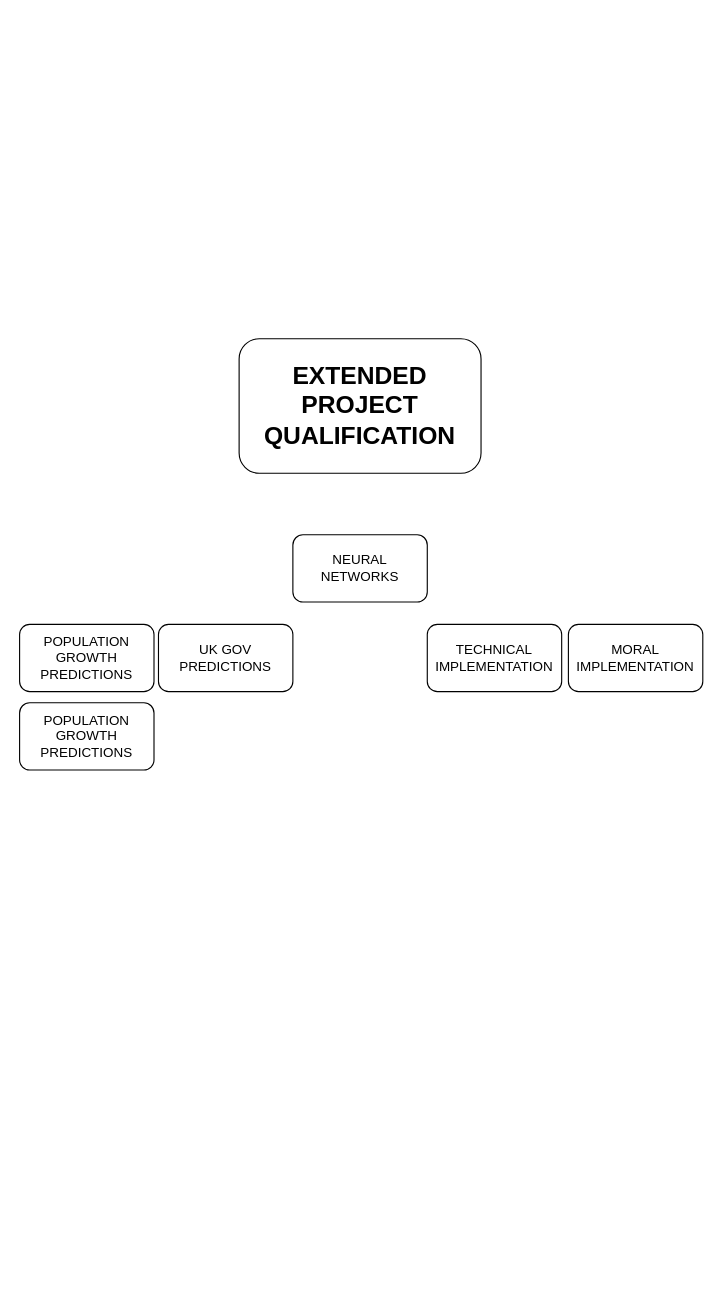
The draw.io diagram Untitled Diagram.drawio in romulushill/EPQ, before the edit. Source tidied: cells renumbered, new cells numbered last; positions are measured from the earlier drawing's top-left corner, leaving out a move shared by most shapes. Both pictures are drawn from the tidied source at 112%, with x=0, y=0 at pixel (19, 338).
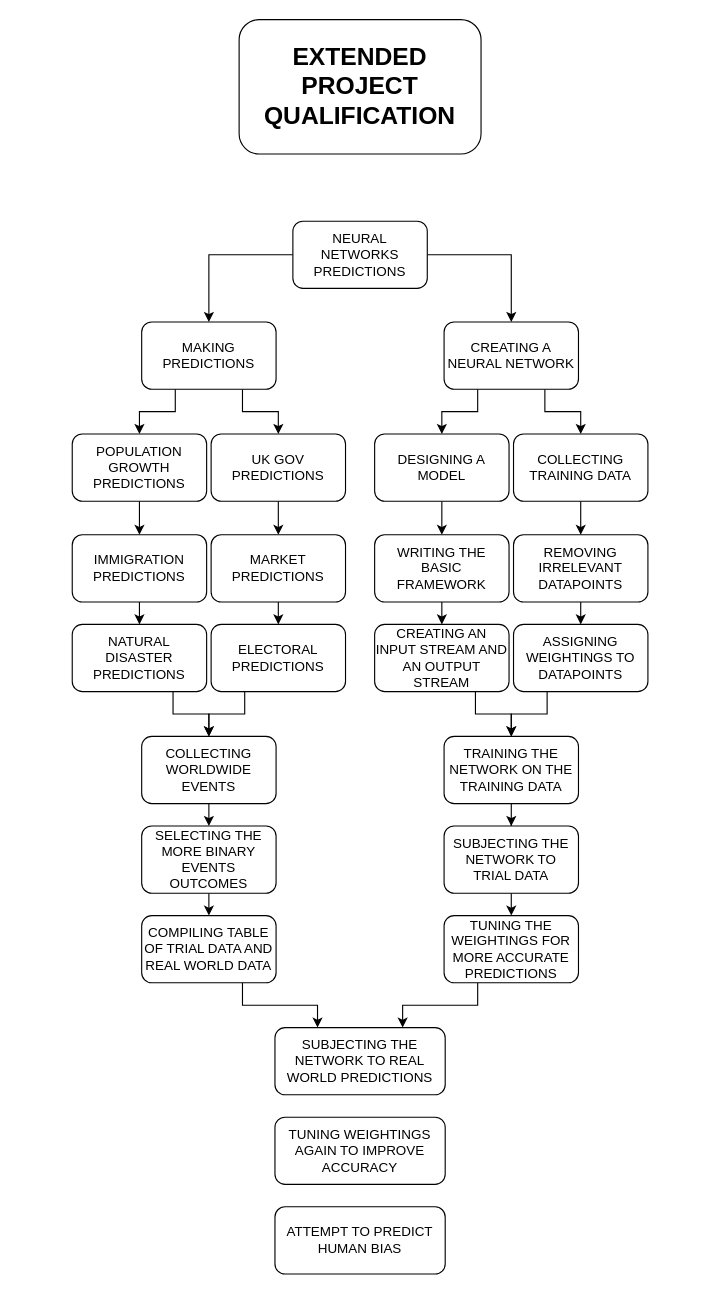
After the change.

Commit message:
Completed Neural Network Diagram

What changed in the source:
```diff
@@
     <mxCell id="2" value="&lt;b&gt;&lt;font style=&quot;font-size: 22px;&quot;&gt;EXTENDED PROJECT QUALIFICATION&lt;/font&gt;&lt;/b&gt;" style="rounded=1;whiteSpace=wrap;html=1;" parent="1" vertex="1">
-      <mxGeometry x="196" width="216" height="120" as="geometry" />
+      <mxGeometry x="196" y="-285" width="216" height="120" as="geometry" />
     </mxCell>
+    <mxCell id="9" style="edgeStyle=orthogonalEdgeStyle;rounded=0;jettySize=auto;html=1;entryX=0.5;entryY=0;entryDx=0;entryDy=0;" parent="1" edge="1" source="3" target="22">
+      <mxGeometry relative="1" as="geometry" />
+    </mxCell>
+    <mxCell id="10" style="edgeStyle=orthogonalEdgeStyle;rounded=0;jettySize=auto;html=1;exitX=0;exitY=0.5;exitDx=0;exitDy=0;entryX=0.5;entryY=0;entryDx=0;entryDy=0;" parent="1" edge="1" source="3" target="37">
+      <mxGeometry relative="1" as="geometry" />
+    </mxCell>
-    <mxCell id="3" value="NEURAL NETWORKS" style="rounded=1;whiteSpace=wrap;html=1;" parent="1" vertex="1">
-      <mxGeometry x="244" y="175" width="120" height="60" as="geometry" />
+    <mxCell id="3" value="NEURAL NETWORKS&lt;br&gt;PREDICTIONS" style="rounded=1;whiteSpace=wrap;html=1;" parent="1" vertex="1">
+      <mxGeometry x="244" y="-105" width="120" height="60" as="geometry" />
     </mxCell>
+    <mxCell id="11" style="edgeStyle=orthogonalEdgeStyle;rounded=0;jettySize=auto;html=1;exitX=0.5;exitY=1;exitDx=0;exitDy=0;entryX=0.5;entryY=0;entryDx=0;entryDy=0;" parent="1" edge="1" source="4" target="15">
+      <mxGeometry relative="1" as="geometry" />
+    </mxCell>
-    <mxCell id="4" value="UK GOV PREDICTIONS" style="rounded=1;whiteSpace=wrap;html=1;" parent="1" vertex="1">
-      <mxGeometry x="124" y="255" width="120" height="60" as="geometry" />
+    <mxCell id="4" value="COLLECTING TRAINING DATA" style="rounded=1;whiteSpace=wrap;html=1;" parent="1" vertex="1">
+      <mxGeometry x="441" y="85" width="120" height="60" as="geometry" />
     </mxCell>
-    <mxCell id="5" value="TECHNICAL IMPLEMENTATION" style="rounded=1;whiteSpace=wrap;html=1;" parent="1" vertex="1">
-      <mxGeometry x="364" y="255" width="120" height="60" as="geometry" />
-    </mxCell>
-    <mxCell id="6" value="MORAL IMPLEMENTATION" style="rounded=1;whiteSpace=wrap;html=1;" parent="1" vertex="1">
-      <mxGeometry x="490" y="255" width="120" height="60" as="geometry" />
-    </mxCell>
+    <mxCell id="12" style="edgeStyle=orthogonalEdgeStyle;rounded=0;jettySize=auto;html=1;exitX=0.5;exitY=1;exitDx=0;exitDy=0;entryX=0.5;entryY=0;entryDx=0;entryDy=0;" parent="1" edge="1" source="7" target="8">
+      <mxGeometry relative="1" as="geometry" />
+    </mxCell>
-    <mxCell id="7" value="POPULATION GROWTH PREDICTIONS" style="rounded=1;whiteSpace=wrap;html=1;" parent="1" vertex="1">
-      <mxGeometry y="255" width="120" height="60" as="geometry" />
+    <mxCell id="7" value="DESIGNING A MODEL" style="rounded=1;whiteSpace=wrap;html=1;" parent="1" vertex="1">
+      <mxGeometry x="317" y="85" width="120" height="60" as="geometry" />
     </mxCell>
+    <mxCell id="13" style="edgeStyle=orthogonalEdgeStyle;rounded=0;jettySize=auto;html=1;exitX=0.5;exitY=1;exitDx=0;exitDy=0;entryX=0.5;entryY=0;entryDx=0;entryDy=0;" parent="1" edge="1" source="8" target="17">
+      <mxGeometry relative="1" as="geometry" />
+    </mxCell>
-    <mxCell id="8" value="POPULATION GROWTH PREDICTIONS" style="rounded=1;whiteSpace=wrap;html=1;" parent="1" vertex="1">
-      <mxGeometry y="325" width="120" height="60" as="geometry" />
+    <mxCell id="8" value="WRITING THE BASIC FRAMEWORK" style="rounded=1;whiteSpace=wrap;html=1;" parent="1" vertex="1">
+      <mxGeometry x="317" y="175" width="120" height="60" as="geometry" />
     </mxCell>
+    <mxCell id="14" style="edgeStyle=orthogonalEdgeStyle;rounded=0;jettySize=auto;html=1;exitX=0.5;exitY=1;exitDx=0;exitDy=0;entryX=0.5;entryY=0;entryDx=0;entryDy=0;" parent="1" edge="1" source="15" target="19">
+      <mxGeometry relative="1" as="geometry" />
+    </mxCell>
+    <mxCell id="15" value="REMOVING IRRELEVANT DATAPOINTS" style="rounded=1;whiteSpace=wrap;html=1;" parent="1" vertex="1">
+      <mxGeometry x="441" y="175" width="120" height="60" as="geometry" />
+    </mxCell>
+    <mxCell id="16" style="edgeStyle=orthogonalEdgeStyle;rounded=0;jettySize=auto;html=1;exitX=0.75;exitY=1;exitDx=0;exitDy=0;entryX=0.5;entryY=0;entryDx=0;entryDy=0;" parent="1" edge="1" source="17" target="39">
+      <mxGeometry relative="1" as="geometry" />
+    </mxCell>
+    <mxCell id="17" value="CREATING AN INPUT STREAM AND AN OUTPUT STREAM" style="rounded=1;whiteSpace=wrap;html=1;" parent="1" vertex="1">
+      <mxGeometry x="317" y="255" width="120" height="60" as="geometry" />
+    </mxCell>
+    <mxCell id="18" style="edgeStyle=orthogonalEdgeStyle;rounded=0;jettySize=auto;html=1;exitX=0.25;exitY=1;exitDx=0;exitDy=0;entryX=0.5;entryY=0;entryDx=0;entryDy=0;" parent="1" edge="1" source="19" target="39">
+      <mxGeometry relative="1" as="geometry" />
+    </mxCell>
+    <mxCell id="19" value="ASSIGNING WEIGHTINGS TO DATAPOINTS" style="rounded=1;whiteSpace=wrap;html=1;" parent="1" vertex="1">
+      <mxGeometry x="441" y="255" width="120" height="60" as="geometry" />
+    </mxCell>
+    <mxCell id="20" style="edgeStyle=orthogonalEdgeStyle;rounded=0;jettySize=auto;html=1;exitX=0.25;exitY=1;exitDx=0;exitDy=0;entryX=0.5;entryY=0;entryDx=0;entryDy=0;" parent="1" edge="1" source="22" target="7">
+      <mxGeometry relative="1" as="geometry" />
+    </mxCell>
+    <mxCell id="21" style="edgeStyle=orthogonalEdgeStyle;rounded=0;jettySize=auto;html=1;exitX=0.75;exitY=1;exitDx=0;exitDy=0;entryX=0.5;entryY=0;entryDx=0;entryDy=0;" parent="1" edge="1" source="22" target="4">
+      <mxGeometry relative="1" as="geometry" />
+    </mxCell>
+    <mxCell id="22" value="CREATING A NEURAL NETWORK" style="rounded=1;whiteSpace=wrap;html=1;" parent="1" vertex="1">
+      <mxGeometry x="379" y="-15" width="120" height="60" as="geometry" />
+    </mxCell>
+    <mxCell id="23" style="edgeStyle=orthogonalEdgeStyle;rounded=0;jettySize=auto;html=1;exitX=0.5;exitY=1;exitDx=0;exitDy=0;entryX=0.5;entryY=0;entryDx=0;entryDy=0;" parent="1" edge="1" source="24" target="30">
+      <mxGeometry relative="1" as="geometry" />
+    </mxCell>
+    <mxCell id="24" value="UK GOV PREDICTIONS" style="rounded=1;whiteSpace=wrap;html=1;" parent="1" vertex="1">
+      <mxGeometry x="171" y="85" width="120" height="60" as="geometry" />
+    </mxCell>
+    <mxCell id="25" style="edgeStyle=orthogonalEdgeStyle;rounded=0;jettySize=auto;html=1;exitX=0.5;exitY=1;exitDx=0;exitDy=0;" parent="1" edge="1" source="26" target="28">
+      <mxGeometry relative="1" as="geometry" />
+    </mxCell>
+    <mxCell id="26" value="POPULATION GROWTH PREDICTIONS" style="rounded=1;whiteSpace=wrap;html=1;" parent="1" vertex="1">
+      <mxGeometry x="47" y="85" width="120" height="60" as="geometry" />
+    </mxCell>
+    <mxCell id="27" style="edgeStyle=orthogonalEdgeStyle;rounded=0;jettySize=auto;html=1;exitX=0.5;exitY=1;exitDx=0;exitDy=0;entryX=0.5;entryY=0;entryDx=0;entryDy=0;" parent="1" edge="1" source="28" target="32">
+      <mxGeometry relative="1" as="geometry" />
+    </mxCell>
+    <mxCell id="28" value="IMMIGRATION PREDICTIONS" style="rounded=1;whiteSpace=wrap;html=1;" parent="1" vertex="1">
+      <mxGeometry x="47" y="175" width="120" height="60" as="geometry" />
+    </mxCell>
+    <mxCell id="29" style="edgeStyle=orthogonalEdgeStyle;rounded=0;jettySize=auto;html=1;exitX=0.5;exitY=1;exitDx=0;exitDy=0;entryX=0.5;entryY=0;entryDx=0;entryDy=0;" parent="1" edge="1" source="30" target="34">
+      <mxGeometry relative="1" as="geometry" />
+    </mxCell>
+    <mxCell id="30" value="MARKET PREDICTIONS" style="rounded=1;whiteSpace=wrap;html=1;" parent="1" vertex="1">
+      <mxGeometry x="171" y="175" width="120" height="60" as="geometry" />
+    </mxCell>
+    <mxCell id="31" style="edgeStyle=orthogonalEdgeStyle;rounded=0;jettySize=auto;html=1;exitX=0.75;exitY=1;exitDx=0;exitDy=0;entryX=0.5;entryY=0;entryDx=0;entryDy=0;" parent="1" edge="1" source="32" target="48">
+      <mxGeometry relative="1" as="geometry" />
+    </mxCell>
+    <mxCell id="32" value="NATURAL DISASTER PREDICTIONS" style="rounded=1;whiteSpace=wrap;html=1;" parent="1" vertex="1">
+      <mxGeometry x="47" y="255" width="120" height="60" as="geometry" />
+    </mxCell>
+    <mxCell id="33" style="edgeStyle=orthogonalEdgeStyle;rounded=0;jettySize=auto;html=1;exitX=0.25;exitY=1;exitDx=0;exitDy=0;entryX=0.5;entryY=0;entryDx=0;entryDy=0;" parent="1" edge="1" source="34" target="48">
+      <mxGeometry relative="1" as="geometry" />
+    </mxCell>
+    <mxCell id="34" value="ELECTORAL PREDICTIONS" style="rounded=1;whiteSpace=wrap;html=1;" parent="1" vertex="1">
+      <mxGeometry x="171" y="255" width="120" height="60" as="geometry" />
+    </mxCell>
+    <mxCell id="35" style="edgeStyle=orthogonalEdgeStyle;rounded=0;jettySize=auto;html=1;exitX=0.25;exitY=1;exitDx=0;exitDy=0;entryX=0.5;entryY=0;entryDx=0;entryDy=0;" parent="1" edge="1" source="37" target="26">
+      <mxGeometry relative="1" as="geometry" />
+    </mxCell>
+    <mxCell id="36" style="edgeStyle=orthogonalEdgeStyle;rounded=0;jettySize=auto;html=1;exitX=0.75;exitY=1;exitDx=0;exitDy=0;entryX=0.5;entryY=0;entryDx=0;entryDy=0;" parent="1" edge="1" source="37" target="24">
+      <mxGeometry relative="1" as="geometry" />
+    </mxCell>
+    <mxCell id="37" value="MAKING PREDICTIONS" style="rounded=1;whiteSpace=wrap;html=1;" parent="1" vertex="1">
+      <mxGeometry x="109" y="-15" width="120" height="60" as="geometry" />
+    </mxCell>
+    <mxCell id="38" style="edgeStyle=orthogonalEdgeStyle;rounded=0;jettySize=auto;html=1;entryX=0.5;entryY=0;entryDx=0;entryDy=0;" parent="1" edge="1" source="39" target="41">
+      <mxGeometry relative="1" as="geometry" />
+    </mxCell>
+    <mxCell id="39" value="TRAINING THE NETWORK ON THE TRAINING DATA" style="rounded=1;whiteSpace=wrap;html=1;" parent="1" vertex="1">
+      <mxGeometry x="379" y="355" width="120" height="60" as="geometry" />
+    </mxCell>
+    <mxCell id="40" style="edgeStyle=orthogonalEdgeStyle;rounded=0;jettySize=auto;html=1;exitX=0.5;exitY=1;exitDx=0;exitDy=0;entryX=0.5;entryY=0;entryDx=0;entryDy=0;" parent="1" edge="1" source="41" target="43">
+      <mxGeometry relative="1" as="geometry" />
+    </mxCell>
+    <mxCell id="41" value="SUBJECTING THE NETWORK TO TRIAL DATA" style="rounded=1;whiteSpace=wrap;html=1;" parent="1" vertex="1">
+      <mxGeometry x="379" y="435" width="120" height="60" as="geometry" />
+    </mxCell>
+    <mxCell id="42" style="edgeStyle=orthogonalEdgeStyle;rounded=0;jettySize=auto;html=1;exitX=0.25;exitY=1;exitDx=0;exitDy=0;entryX=0.75;entryY=0;entryDx=0;entryDy=0;" parent="1" edge="1" source="43" target="44">
+      <mxGeometry relative="1" as="geometry" />
+    </mxCell>
+    <mxCell id="43" value="TUNING THE WEIGHTINGS FOR MORE ACCURATE PREDICTIONS" style="rounded=1;whiteSpace=wrap;html=1;" parent="1" vertex="1">
+      <mxGeometry x="379" y="515" width="120" height="60" as="geometry" />
+    </mxCell>
+    <mxCell id="44" value="SUBJECTING THE NETWORK TO REAL WORLD PREDICTIONS" style="rounded=1;whiteSpace=wrap;html=1;" parent="1" vertex="1">
+      <mxGeometry x="228" y="615" width="152" height="60" as="geometry" />
+    </mxCell>
+    <mxCell id="45" value="TUNING WEIGHTINGS AGAIN TO IMPROVE ACCURACY" style="rounded=1;whiteSpace=wrap;html=1;" parent="1" vertex="1">
+      <mxGeometry x="228" y="695" width="152" height="60" as="geometry" />
+    </mxCell>
+    <mxCell id="46" value="ATTEMPT TO PREDICT HUMAN BIAS" style="rounded=1;whiteSpace=wrap;html=1;" parent="1" vertex="1">
+      <mxGeometry x="228" y="775" width="152" height="60" as="geometry" />
+    </mxCell>
+    <mxCell id="47" style="edgeStyle=orthogonalEdgeStyle;rounded=0;jettySize=auto;html=1;exitX=0.5;exitY=1;exitDx=0;exitDy=0;entryX=0.5;entryY=0;entryDx=0;entryDy=0;" parent="1" edge="1" source="48" target="50">
+      <mxGeometry relative="1" as="geometry" />
+    </mxCell>
+    <mxCell id="48" value="COLLECTING WORLDWIDE EVENTS" style="rounded=1;whiteSpace=wrap;html=1;" parent="1" vertex="1">
+      <mxGeometry x="109" y="355" width="120" height="60" as="geometry" />
+    </mxCell>
+    <mxCell id="49" style="edgeStyle=orthogonalEdgeStyle;rounded=0;jettySize=auto;html=1;exitX=0.5;exitY=1;exitDx=0;exitDy=0;entryX=0.5;entryY=0;entryDx=0;entryDy=0;" parent="1" edge="1" source="50" target="52">
+      <mxGeometry relative="1" as="geometry" />
+    </mxCell>
+    <mxCell id="50" value="SELECTING THE MORE BINARY EVENTS OUTCOMES" style="rounded=1;whiteSpace=wrap;html=1;" parent="1" vertex="1">
+      <mxGeometry x="109" y="435" width="120" height="60" as="geometry" />
+    </mxCell>
+    <mxCell id="51" style="edgeStyle=orthogonalEdgeStyle;rounded=0;jettySize=auto;html=1;exitX=0.75;exitY=1;exitDx=0;exitDy=0;entryX=0.25;entryY=0;entryDx=0;entryDy=0;" parent="1" edge="1" source="52" target="44">
+      <mxGeometry relative="1" as="geometry" />
+    </mxCell>
+    <mxCell id="52" value="COMPILING TABLE OF TRIAL DATA AND REAL WORLD DATA" style="rounded=1;whiteSpace=wrap;html=1;" parent="1" vertex="1">
+      <mxGeometry x="109" y="515" width="120" height="60" as="geometry" />
+    </mxCell>
```
